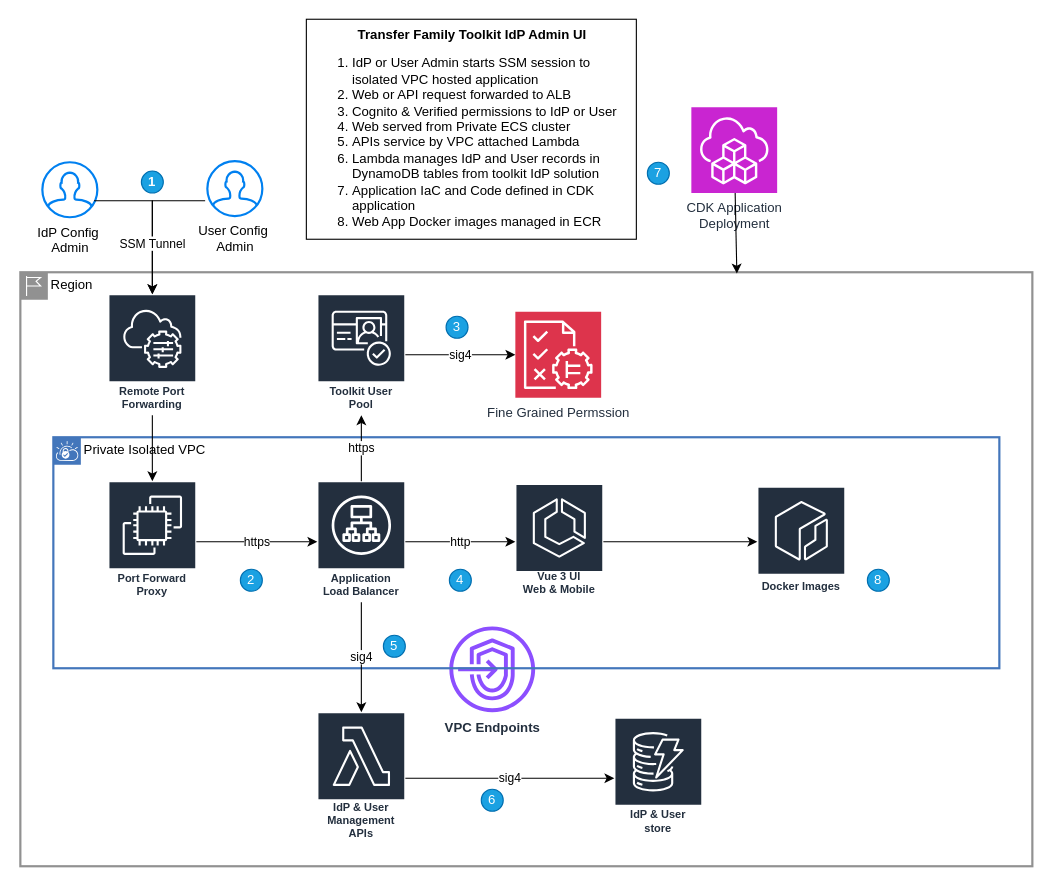
aws-samples/sample-transfer-family-custom-idp-ui keeps this draw.io diagram as custom-idp-ui/src/assets/TransferFamilyToolkitUI.drawio. Above is the earlier version. Source tidied: cells renumbered, new cells numbered last; positions are measured from the earlier drawing's top-left corner, leaving out a move shared by most shapes. Both pictures are drawn from the tidied source at 110%, with x=0, y=0 at pixel (20, 19).
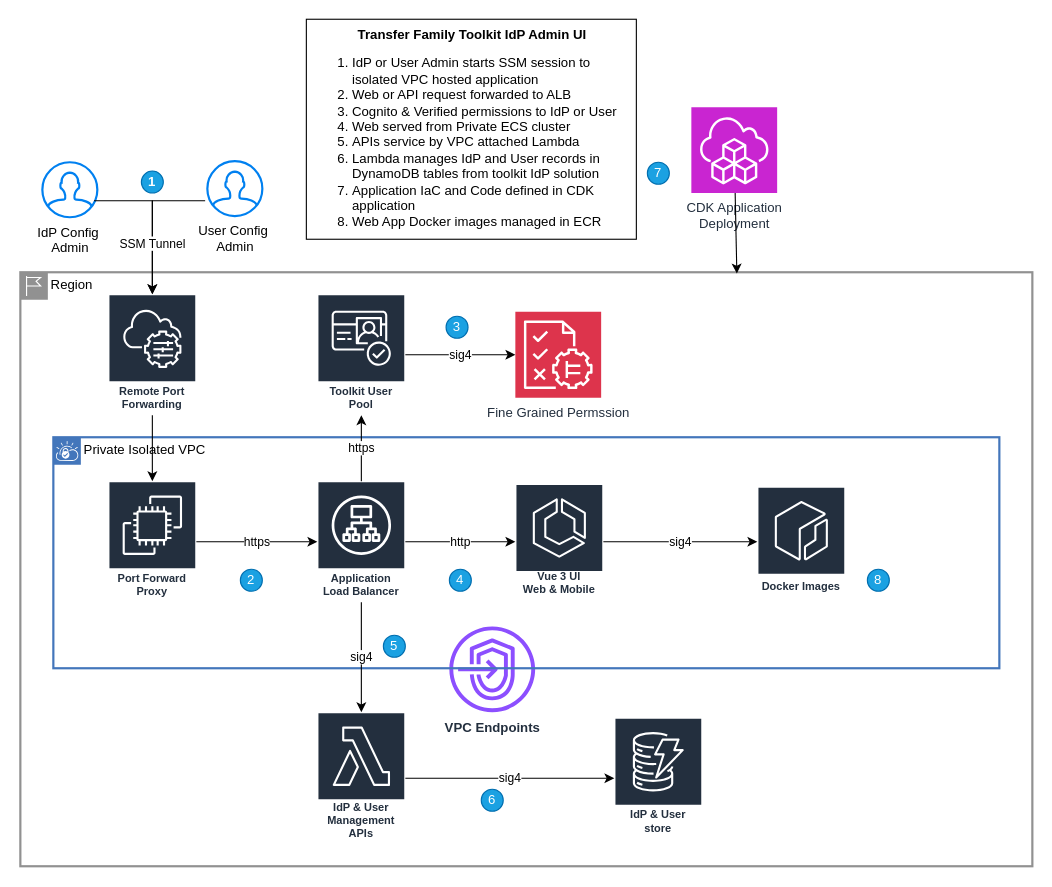
After the change.

Unchanged cells that the change refers to:
```xml
<mxCell id="13" value="Private Isolated VPC" style="shape=mxgraph.ibm.box;prType=vpc;fontStyle=0;verticalAlign=top;align=left;spacingLeft=32;spacingTop=4;fillColor=none;rounded=0;whiteSpace=wrap;html=1;strokeColor=#4376BB;strokeWidth=2;dashed=0;spacing=-4;" parent="1" vertex="1">
  <mxGeometry x="30" y="380" width="860" height="210" as="geometry" />
</mxCell>
<mxCell id="15" value="Vue 3 UI&lt;br&gt;Web &amp;amp; Mobile" style="sketch=0;outlineConnect=0;fontColor=#232F3E;gradientColor=none;strokeColor=#ffffff;fillColor=#232F3E;dashed=0;verticalLabelPosition=middle;verticalAlign=bottom;align=center;html=1;whiteSpace=wrap;fontSize=10;fontStyle=1;spacing=3;shape=mxgraph.aws4.productIcon;prIcon=mxgraph.aws4.ecs;" parent="13" vertex="1">
  <mxGeometry x="420" y="42.5" width="80" height="105" as="geometry" />
</mxCell>
<mxCell id="19" value="Docker Images" style="sketch=0;outlineConnect=0;fontColor=#232F3E;gradientColor=none;strokeColor=#ffffff;fillColor=#232F3E;dashed=0;verticalLabelPosition=middle;verticalAlign=bottom;align=center;html=1;whiteSpace=wrap;fontSize=10;fontStyle=1;spacing=3;shape=mxgraph.aws4.productIcon;prIcon=mxgraph.aws4.ecr;" parent="13" vertex="1">
  <mxGeometry x="640" y="45" width="80" height="100" as="geometry" />
</mxCell>
```

Change to the diagram source:
```diff
@@
-    <mxCell id="20" style="endArrow=classic;html=1;rounded=0;" parent="13" edge="1" source="15" target="19">
+    <mxCell id="20" value="sig4" style="endArrow=classic;html=1;rounded=0;" parent="13" edge="1" source="15" target="19">
       <mxGeometry relative="1" as="geometry" />
     </mxCell>
```
